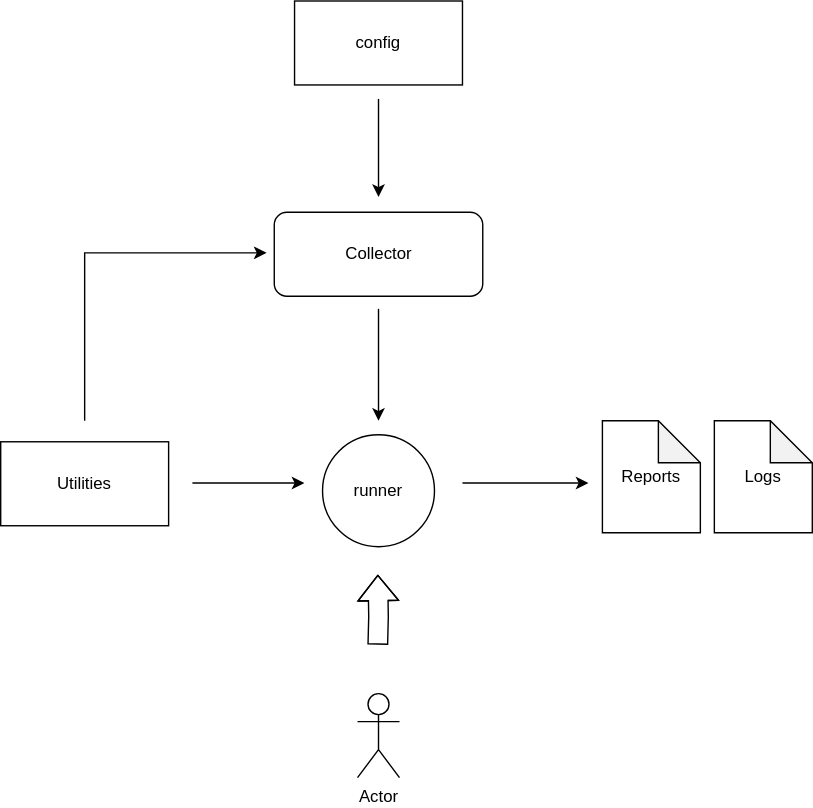
Before: core/designs/Architecture.drawio.svg, a diagram exported from draw.io (nityagautam/PostmanAutomation). Source tidied: cells renumbered, new cells last; positions are measured from the earlier drawing's top-left corner, leaving out a move shared by most shapes.
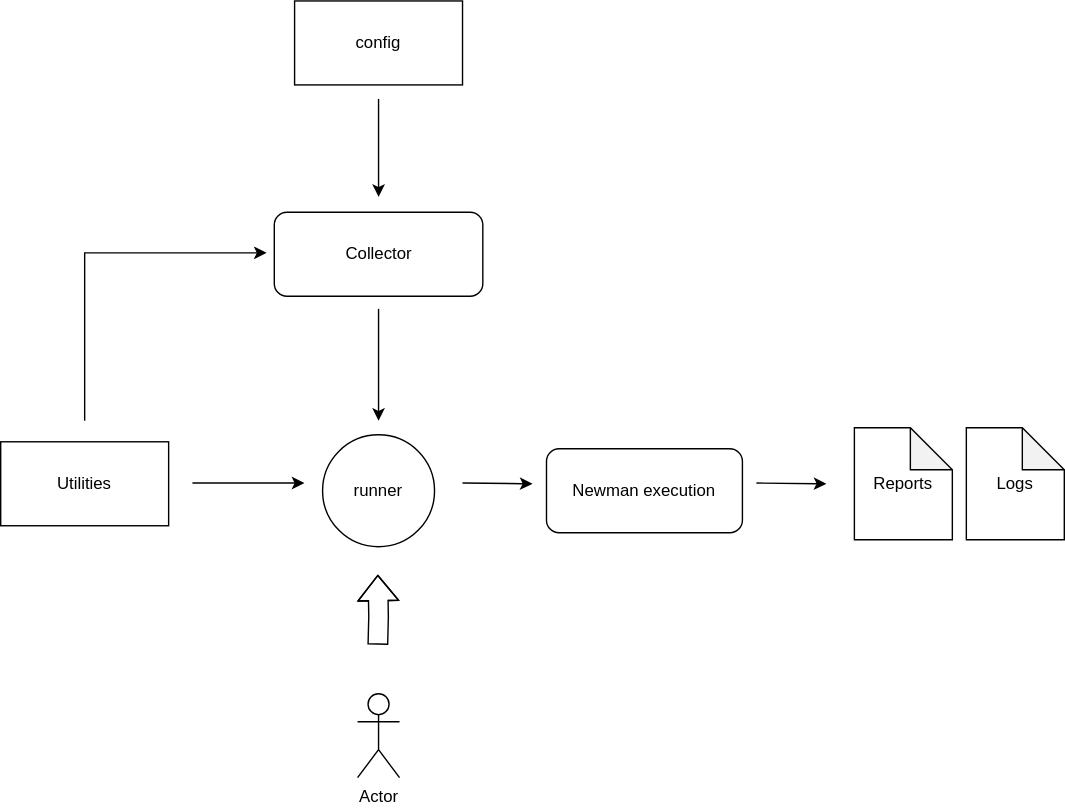
After the change.

Commit message:
Architecture design updated

Diff of the diagram source:
```diff
@@ -28,15 +28,15 @@
       <mxGeometry x="255" y="495" width="30" height="60" as="geometry" />
     </mxCell>
     <mxCell id="8" value="Reports" style="shape=note;whiteSpace=wrap;html=1;backgroundOutline=1;darkOpacity=0.05;" parent="1" vertex="1">
-      <mxGeometry x="430" y="300" width="70" height="80" as="geometry" />
+      <mxGeometry x="610" y="305" width="70" height="80" as="geometry" />
     </mxCell>
     <mxCell id="9" value="Logs" style="shape=note;whiteSpace=wrap;html=1;backgroundOutline=1;darkOpacity=0.05;" parent="1" vertex="1">
-      <mxGeometry x="510" y="300" width="70" height="80" as="geometry" />
+      <mxGeometry x="690" y="305" width="70" height="80" as="geometry" />
     </mxCell>
     <mxCell id="10" style="endArrow=classic;html=1;rounded=0;" parent="1" edge="1">
       <mxGeometry relative="1" as="geometry">
         <mxPoint x="330" y="344.5" as="sourcePoint" />
-        <mxPoint x="420" y="344.5" as="targetPoint" />
+        <mxPoint x="380" y="345" as="targetPoint" />
       </mxGeometry>
     </mxCell>
     <mxCell id="11" style="endArrow=classic;html=1;rounded=0;" parent="1" edge="1">
@@ -66,5 +66,14 @@
         <mxPoint x="270" y="300" as="targetPoint" />
       </mxGeometry>
     </mxCell>
+    <mxCell id="15" value="Newman execution" style="rounded=1;whiteSpace=wrap;html=1;" parent="1" vertex="1">
+      <mxGeometry x="390" y="320" width="140" height="60" as="geometry" />
+    </mxCell>
+    <mxCell id="16" style="endArrow=classic;html=1;rounded=0;" parent="1" edge="1">
+      <mxGeometry relative="1" as="geometry">
+        <mxPoint x="540" y="344.5" as="sourcePoint" />
+        <mxPoint x="590" y="345" as="targetPoint" />
+      </mxGeometry>
+    </mxCell>
   </root>
 </mxGraphModel>
```
